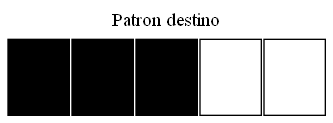
Earlier version of the Graphviz export grafica_destino.png (Dgo45921/IPC2_Proyecto1_202003585). Its source is kept beside it as grafica_destino.dot. The source it was exported from:
```dot

        digraph html {
        labelloc="t";
    label="Patron destino";
         tabla [shape=none, margin=0, label=<
         <TABLE BORDER="0" CELLBORDER="1" CELLSPACING="2.5" CELLPADDING="20">
            <TR>
 <TD BGCOLOR="black"> </TD>
 <TD BGCOLOR="black"> </TD>
 <TD BGCOLOR="black"> </TD>
 <TD> </TD>
 <TD> </TD>
</TR>
</TABLE>>];}
```
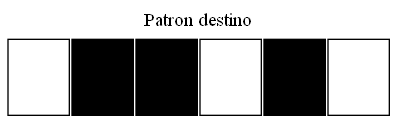
The same file after the commit.

What changed in the source:
```diff
@@ -1,14 +1,15 @@
 
-        digraph html {
-        labelloc="t";
-    label="Patron destino";
-         tabla [shape=none, margin=0, label=<
-         <TABLE BORDER="0" CELLBORDER="1" CELLSPACING="2.5" CELLPADDING="20">
-            <TR>
- <TD BGCOLOR="black"> </TD>
+       digraph html {
+       labelloc="t";
+       label="Patron destino";
+        tabla [shape=none, margin=0, label=<
+        <TABLE BORDER="0" CELLBORDER="1" CELLSPACING="2.5" CELLPADDING="20">
+           <TR>
+ <TD> </TD>
  <TD BGCOLOR="black"> </TD>
  <TD BGCOLOR="black"> </TD>
  <TD> </TD>
+ <TD BGCOLOR="black"> </TD>
  <TD> </TD>
 </TR>
 </TABLE>>];}
```
